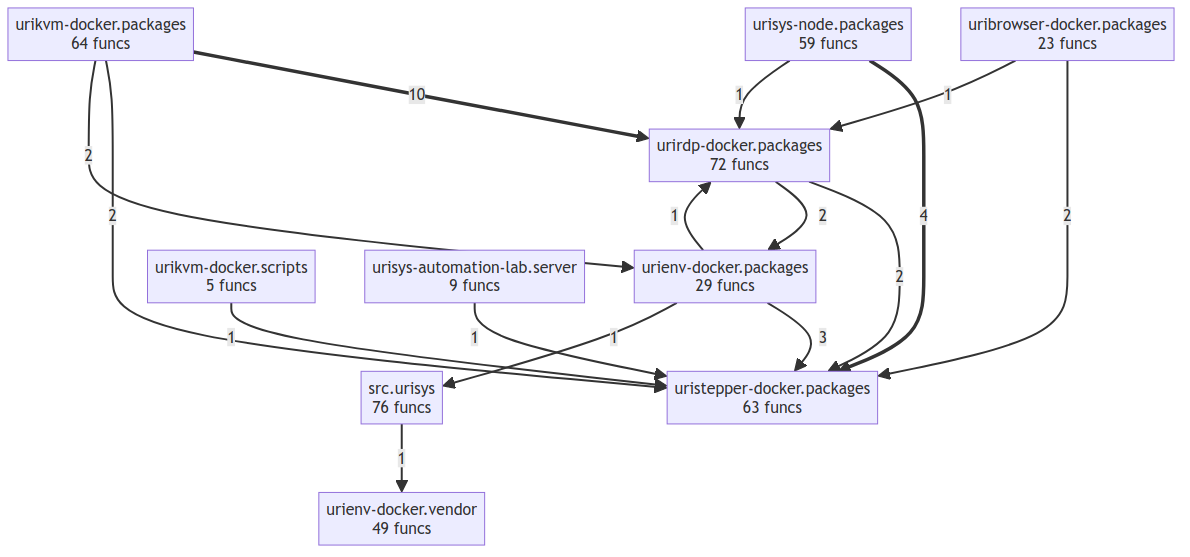
tellmesh/urisys keeps this Mermaid diagram as project/compact_flow.png. Above is the earlier version. Its source is kept beside it as project/compact_flow.mmd.
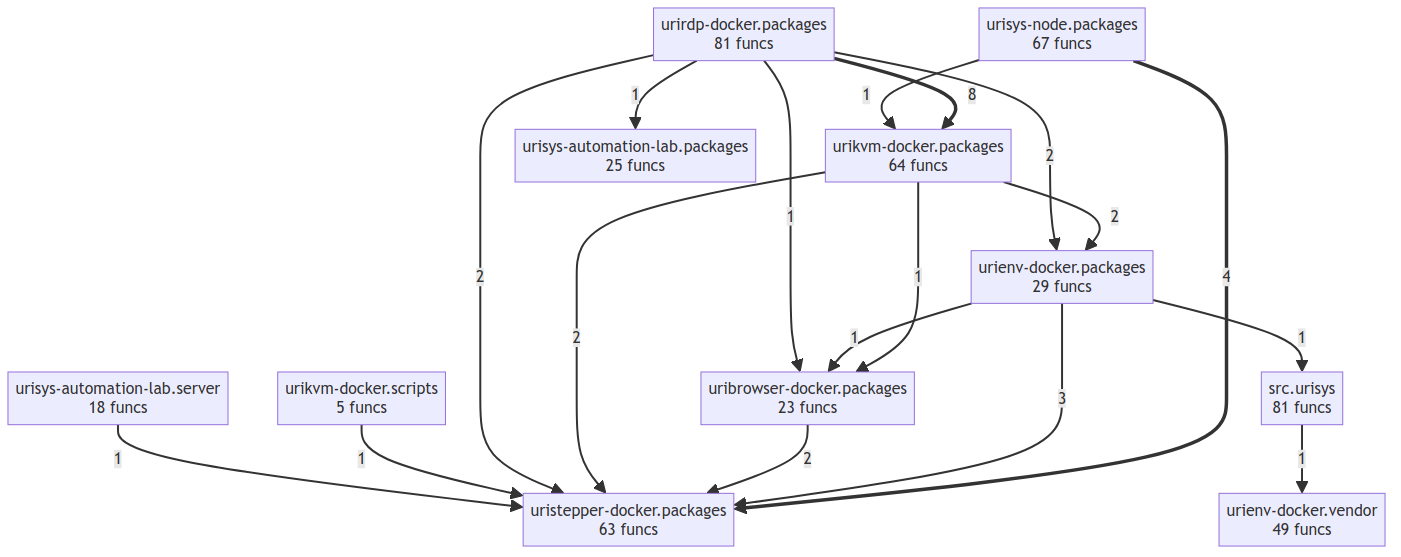
After the commit.

Change to the diagram source:
```diff
@@ -1,26 +1,29 @@
 flowchart TD
-    src__urisys["src.urisys<br/>76 funcs"]
+    src__urisys["src.urisys<br/>81 funcs"]
     uribrowser_docker__packages["uribrowser-docker.packages<br/>23 funcs"]
     urienv_docker__packages["urienv-docker.packages<br/>29 funcs"]
     urienv_docker__vendor["urienv-docker.vendor<br/>49 funcs"]
     urikvm_docker__packages["urikvm-docker.packages<br/>64 funcs"]
     urikvm_docker__scripts["urikvm-docker.scripts<br/>5 funcs"]
-    urirdp_docker__packages["urirdp-docker.packages<br/>72 funcs"]
+    urirdp_docker__packages["urirdp-docker.packages<br/>81 funcs"]
     uristepper_docker__packages["uristepper-docker.packages<br/>63 funcs"]
-    urisys_automation_lab__server["urisys-automation-lab.server<br/>9 funcs"]
-    urisys_node__packages["urisys-node.packages<br/>59 funcs"]
-    urikvm_docker__packages ==>|10| urirdp_docker__packages
+    urisys_automation_lab__packages["urisys-automation-lab.packages<br/>25 funcs"]
+    urisys_automation_lab__server["urisys-automation-lab.server<br/>18 funcs"]
+    urisys_node__packages["urisys-node.packages<br/>67 funcs"]
+    urirdp_docker__packages ==>|8| urikvm_docker__packages
     urisys_node__packages ==>|4| uristepper_docker__packages
     urienv_docker__packages -->|3| uristepper_docker__packages
-    urirdp_docker__packages -->|2| uristepper_docker__packages
-    urirdp_docker__packages -->|2| urienv_docker__packages
     uribrowser_docker__packages -->|2| uristepper_docker__packages
     urikvm_docker__packages -->|2| uristepper_docker__packages
     urikvm_docker__packages -->|2| urienv_docker__packages
+    urirdp_docker__packages -->|2| uristepper_docker__packages
+    urirdp_docker__packages -->|2| urienv_docker__packages
     src__urisys -->|1| urienv_docker__vendor
-    uribrowser_docker__packages -->|1| urirdp_docker__packages
+    urikvm_docker__packages -->|1| uribrowser_docker__packages
     urikvm_docker__scripts -->|1| uristepper_docker__packages
+    urienv_docker__packages -->|1| src__urisys
+    urienv_docker__packages -->|1| uribrowser_docker__packages
+    urisys_node__packages -->|1| urikvm_docker__packages
+    urirdp_docker__packages -->|1| uribrowser_docker__packages
     urisys_automation_lab__server -->|1| uristepper_docker__packages
-    urienv_docker__packages -->|1| src__urisys
-    urienv_docker__packages -->|1| urirdp_docker__packages
-    urisys_node__packages -->|1| urirdp_docker__packages
+    urirdp_docker__packages -->|1| urisys_automation_lab__packages
```
